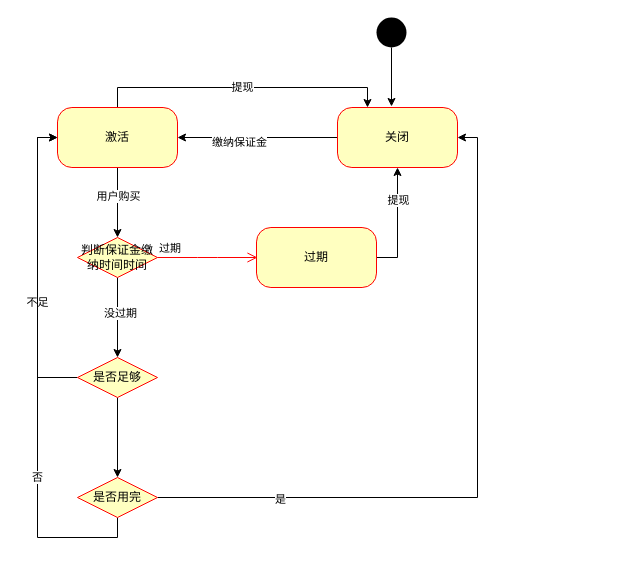
Above: Untitled Diagram.drawio in jobop/advanced-java (draw.io), before the change. Source tidied: cells renumbered, new cells numbered last; positions are measured from the earlier drawing's top-left corner, leaving out a move shared by most shapes. Both pictures are drawn from the tidied source at 100%, with x=0, y=0 at pixel (57, 17).
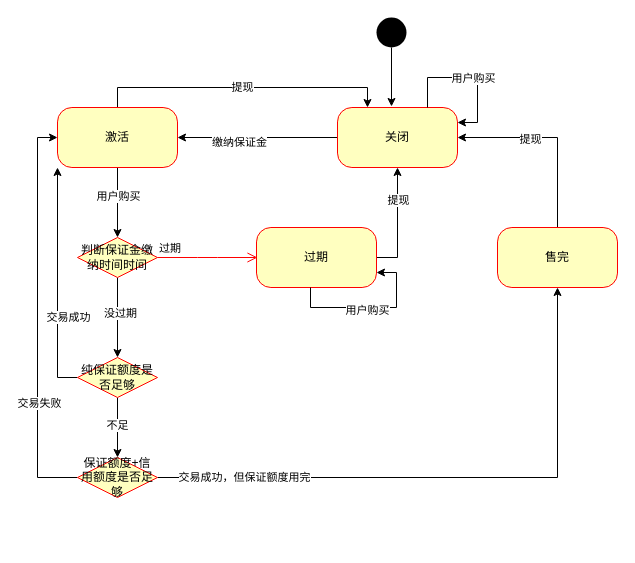
After the change.

Unchanged cells that the change refers to:
```xml
<mxCell id="5" value="激活" style="rounded=1;whiteSpace=wrap;html=1;arcSize=24;fillColor=#ffffc0;strokeColor=#ff0000;shadow=0;comic=0;labelBackgroundColor=none;fontFamily=Verdana;fontSize=12;fontColor=#000000;align=center;" parent="1" vertex="1">
  <mxGeometry y="90" width="120" height="60" as="geometry" />
</mxCell>
<mxCell id="8" value="关闭" style="rounded=1;whiteSpace=wrap;html=1;arcSize=24;fillColor=#ffffc0;strokeColor=#ff0000;shadow=0;comic=0;labelBackgroundColor=none;fontFamily=Verdana;fontSize=12;fontColor=#000000;align=center;" parent="1" vertex="1">
  <mxGeometry x="280" y="90" width="120" height="60" as="geometry" />
</mxCell>
<mxCell id="13" value="过期" style="rounded=1;whiteSpace=wrap;html=1;arcSize=24;fillColor=#ffffc0;strokeColor=#ff0000;shadow=0;comic=0;labelBackgroundColor=none;fontFamily=Verdana;fontSize=12;fontColor=#000000;align=center;" parent="1" vertex="1">
  <mxGeometry x="199" y="210" width="120" height="60" as="geometry" />
</mxCell>
```

Diff of the diagram source:
```diff
@@
+    <mxCell id="20" style="edgeStyle=orthogonalEdgeStyle;rounded=0;jettySize=auto;html=1;entryX=0.5;entryY=0;entryDx=0;entryDy=0;" parent="1" edge="1" source="21" target="32">
+      <mxGeometry relative="1" as="geometry" />
+    </mxCell>
+    <mxCell id="19" value="不足" style="edgeLabel;html=1;align=center;verticalAlign=middle;" parent="20" vertex="1">
+      <mxGeometry x="-0.1" y="-1" relative="1" as="geometry" />
+    </mxCell>
-    <mxCell id="18" style="edgeStyle=orthogonalEdgeStyle;rounded=0;jettySize=auto;html=1;exitX=0;exitY=0.5;exitDx=0;exitDy=0;entryX=0;entryY=0.5;entryDx=0;entryDy=0;" parent="1" edge="1" source="21" target="5">
+    <mxCell id="18" style="edgeStyle=orthogonalEdgeStyle;rounded=0;jettySize=auto;html=1;exitX=0;exitY=0.5;exitDx=0;exitDy=0;entryX=0;entryY=1;entryDx=0;entryDy=0;" parent="1" edge="1" source="21" target="5">
       <mxGeometry relative="1" as="geometry" />
     </mxCell>
-    <mxCell id="19" value="不足" style="edgeLabel;html=1;align=center;verticalAlign=middle;" parent="18" vertex="1">
-      <mxGeometry x="-0.23" y="1" relative="1" as="geometry" />
-    </mxCell>
-    <mxCell id="20" style="edgeStyle=orthogonalEdgeStyle;rounded=0;jettySize=auto;html=1;" parent="1" edge="1" source="21" target="26">
-      <mxGeometry relative="1" as="geometry" />
-    </mxCell>
+    <mxCell id="27" value="交易成功" style="edgeLabel;html=1;align=center;verticalAlign=middle;" parent="18" vertex="1">
+      <mxGeometry x="-0.3" y="-2" relative="1" as="geometry">
+        <mxPoint x="8" as="offset" />
+      </mxGeometry>
+    </mxCell>
-    <mxCell id="21" value="是否足够" style="rhombus;whiteSpace=wrap;html=1;fillColor=#ffffc0;strokeColor=#ff0000;" parent="1" vertex="1">
+    <mxCell id="21" value="纯保证额度是否足够" style="rhombus;whiteSpace=wrap;html=1;fillColor=#ffffc0;strokeColor=#ff0000;" parent="1" vertex="1">
       <mxGeometry x="20" y="340" width="80" height="40" as="geometry" />
     </mxCell>
-    <mxCell id="22" style="edgeStyle=orthogonalEdgeStyle;rounded=0;jettySize=auto;html=1;exitX=1;exitY=0.5;exitDx=0;exitDy=0;entryX=1;entryY=0.5;entryDx=0;entryDy=0;" parent="1" edge="1" source="26" target="8">
-      <mxGeometry relative="1" as="geometry" />
-    </mxCell>
-    <mxCell id="23" value="是" style="edgeLabel;html=1;align=center;verticalAlign=middle;" parent="22" vertex="1">
-      <mxGeometry x="-0.65" y="-1" relative="1" as="geometry" />
-    </mxCell>
-    <mxCell id="24" style="edgeStyle=orthogonalEdgeStyle;rounded=0;jettySize=auto;html=1;exitX=0.5;exitY=1;exitDx=0;exitDy=0;entryX=0;entryY=0.5;entryDx=0;entryDy=0;" parent="1" edge="1" source="26" target="5">
-      <mxGeometry relative="1" as="geometry" />
-    </mxCell>
-    <mxCell id="25" value="否" style="edgeLabel;html=1;align=center;verticalAlign=middle;" parent="24" vertex="1">
-      <mxGeometry x="-0.38" y="1" relative="1" as="geometry" />
-    </mxCell>
-    <mxCell id="26" value="是否用完" style="rhombus;whiteSpace=wrap;html=1;fillColor=#ffffc0;strokeColor=#ff0000;" parent="1" vertex="1">
-      <mxGeometry x="20" y="460" width="80" height="40" as="geometry" />
-    </mxCell>
+    <mxCell id="28" style="edgeStyle=orthogonalEdgeStyle;rounded=0;jettySize=auto;html=1;exitX=1;exitY=0.5;exitDx=0;exitDy=0;entryX=0.5;entryY=1;entryDx=0;entryDy=0;" parent="1" edge="1" source="32" target="35">
+      <mxGeometry relative="1" as="geometry" />
+    </mxCell>
+    <mxCell id="29" value="交易成功，但保证额度用完" style="edgeLabel;html=1;align=center;verticalAlign=middle;" parent="28" vertex="1">
+      <mxGeometry x="-0.71" y="1" relative="1" as="geometry" />
+    </mxCell>
+    <mxCell id="30" style="edgeStyle=orthogonalEdgeStyle;rounded=0;jettySize=auto;html=1;exitX=0;exitY=0.5;exitDx=0;exitDy=0;entryX=0;entryY=0.5;entryDx=0;entryDy=0;" parent="1" edge="1" source="32" target="5">
+      <mxGeometry relative="1" as="geometry" />
+    </mxCell>
+    <mxCell id="31" value="交易失败" style="edgeLabel;html=1;align=center;verticalAlign=middle;" parent="30" vertex="1">
+      <mxGeometry x="-0.19" y="-1" relative="1" as="geometry">
+        <mxPoint y="47" as="offset" />
+      </mxGeometry>
+    </mxCell>
+    <mxCell id="32" value="保证额度+信用额度是否足够" style="rhombus;whiteSpace=wrap;html=1;fillColor=#ffffc0;strokeColor=#ff0000;" parent="1" vertex="1">
+      <mxGeometry x="20" y="440" width="80" height="40" as="geometry" />
+    </mxCell>
+    <mxCell id="33" style="edgeStyle=orthogonalEdgeStyle;rounded=0;jettySize=auto;html=1;exitX=0.5;exitY=0;exitDx=0;exitDy=0;entryX=1;entryY=0.5;entryDx=0;entryDy=0;" parent="1" edge="1" source="35" target="8">
+      <mxGeometry relative="1" as="geometry" />
+    </mxCell>
+    <mxCell id="34" value="提现" style="edgeLabel;html=1;align=center;verticalAlign=middle;" parent="33" vertex="1">
+      <mxGeometry x="0.24" y="1" relative="1" as="geometry" />
+    </mxCell>
+    <mxCell id="35" value="售完" style="rounded=1;whiteSpace=wrap;html=1;arcSize=24;fillColor=#ffffc0;strokeColor=#ff0000;shadow=0;comic=0;labelBackgroundColor=none;fontFamily=Verdana;fontSize=12;fontColor=#000000;align=center;" parent="1" vertex="1">
+      <mxGeometry x="440" y="210" width="120" height="60" as="geometry" />
+    </mxCell>
+    <mxCell id="36" style="edgeStyle=orthogonalEdgeStyle;rounded=0;orthogonalLoop=1;jettySize=auto;html=1;exitX=0.45;exitY=1;exitDx=0;exitDy=0;entryX=1;entryY=0.75;entryDx=0;entryDy=0;exitPerimeter=0;" parent="1" edge="1" source="13" target="13">
+      <mxGeometry relative="1" as="geometry" />
+    </mxCell>
+    <mxCell id="37" value="用户购买" style="edgeLabel;html=1;align=center;verticalAlign=middle;" parent="36" vertex="1">
+      <mxGeometry x="-0.06" y="-2" relative="1" as="geometry" />
+    </mxCell>
+    <mxCell id="38" style="edgeStyle=orthogonalEdgeStyle;rounded=0;orthogonalLoop=1;jettySize=auto;html=1;exitX=0.75;exitY=0;exitDx=0;exitDy=0;entryX=1;entryY=0.25;entryDx=0;entryDy=0;" parent="1" edge="1" source="8" target="8">
+      <mxGeometry relative="1" as="geometry">
+        <Array as="points">
+          <mxPoint x="370" y="60" />
+          <mxPoint x="420" y="60" />
+          <mxPoint x="420" y="105" />
+        </Array>
+      </mxGeometry>
+    </mxCell>
+    <mxCell id="39" value="用户购买" style="edgeLabel;html=1;align=center;verticalAlign=middle;" parent="38" vertex="1">
+      <mxGeometry x="0.03" relative="1" as="geometry" />
+    </mxCell>
```
